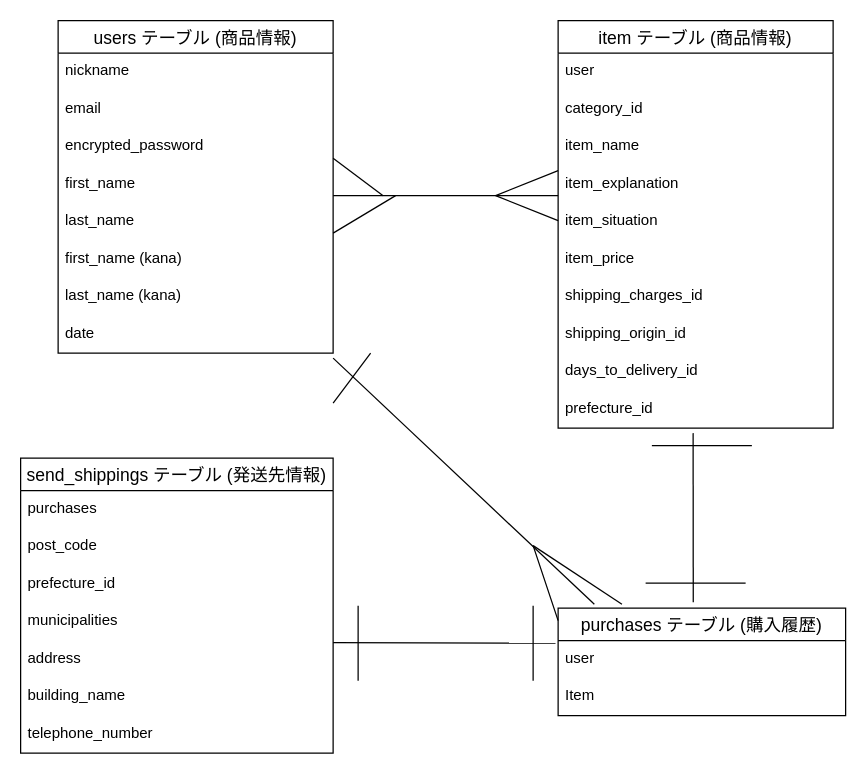
Before: page "ページ2" (2 of 2) of furima-.dio in kzm0620/furima_39225, a draw.io diagram. Source tidied: cells renumbered, new cells numbered last; positions are measured from the earlier drawing's top-left corner, leaving out a move shared by most shapes. Both pictures are drawn from the tidied source at 125%, with x=0, y=0 at pixel (20, 20).
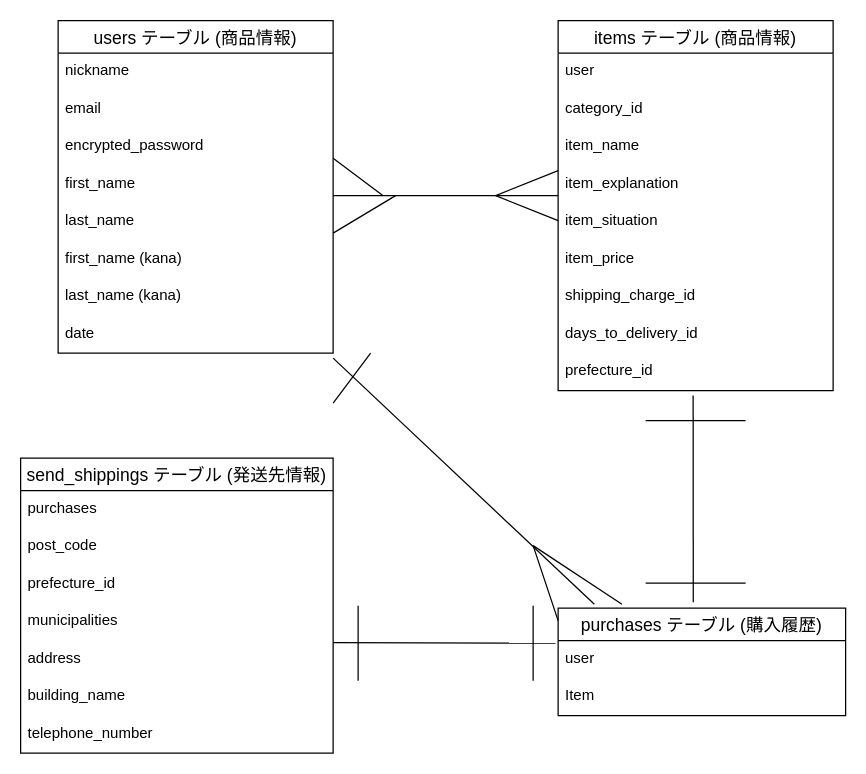
After the change.

The change refers to these unchanged cells:
```xml
<mxCell id="22" value="purchases テーブル (購入履歴)" style="swimlane;fontStyle=0;horizontal=1;startSize=26;align=center;fontSize=14;" parent="1" vertex="1">
  <mxGeometry x="430" y="470" width="230" height="86" as="geometry" />
</mxCell>
```

Diff of the diagram source:
```diff
@@
-    <mxCell id="11" value="item テーブル (商品情報)" style="swimlane;fontStyle=0;horizontal=1;startSize=26;align=center;fontSize=14;" parent="1" vertex="1">
-      <mxGeometry x="430" width="220" height="326" as="geometry" />
+    <mxCell id="11" value="items テーブル (商品情報)" style="swimlane;fontStyle=0;horizontal=1;startSize=26;align=center;fontSize=14;" parent="1" vertex="1">
+      <mxGeometry x="430" width="220" height="296" as="geometry" />
     </mxCell>
@@
-    <mxCell id="18" value="shipping_charges_id" style="text;strokeColor=none;fillColor=none;spacingLeft=4;spacingRight=4;overflow=hidden;fontSize=12;" parent="11" vertex="1">
+    <mxCell id="18" value="shipping_charge_id" style="text;strokeColor=none;fillColor=none;spacingLeft=4;spacingRight=4;overflow=hidden;fontSize=12;" parent="11" vertex="1">
       <mxGeometry y="206" width="220" height="30" as="geometry" />
     </mxCell>
-    <mxCell id="19" value="shipping_origin_id" style="text;strokeColor=none;fillColor=none;spacingLeft=4;spacingRight=4;overflow=hidden;fontSize=12;" parent="11" vertex="1">
-      <mxGeometry y="236" width="220" height="30" as="geometry" />
-    </mxCell>
     <mxCell id="20" value="days_to_delivery_id" style="text;strokeColor=none;fillColor=none;spacingLeft=4;spacingRight=4;overflow=hidden;fontSize=12;" parent="11" vertex="1">
-      <mxGeometry y="266" width="220" height="30" as="geometry" />
+      <mxGeometry y="236" width="220" height="30" as="geometry" />
     </mxCell>
     <mxCell id="21" value="prefecture_id" style="text;strokeColor=none;fillColor=none;spacingLeft=4;spacingRight=4;overflow=hidden;points=[[0,0.5],[1,0.5]];portConstraint=eastwest;fontSize=12;" parent="11" vertex="1">
-      <mxGeometry y="296" width="220" height="30" as="geometry" />
+      <mxGeometry y="266" width="220" height="30" as="geometry" />
     </mxCell>
@@
-    <mxCell id="36" style="endArrow=none;html=1;rounded=0;entryX=0.47;entryY=-0.054;entryDx=0;entryDy=0;entryPerimeter=0;" parent="1" edge="1" target="22">
-      <mxGeometry relative="1" as="geometry">
-        <mxPoint x="538" y="330" as="sourcePoint" />
-      </mxGeometry>
+    <mxCell id="36" style="endArrow=none;html=1;rounded=0;entryX=0.47;entryY=-0.054;entryDx=0;entryDy=0;entryPerimeter=0;exitX=0.491;exitY=1.133;exitDx=0;exitDy=0;exitPerimeter=0;" parent="1" edge="1" source="21" target="22">
+      <mxGeometry relative="1" as="geometry" />
     </mxCell>
     <mxCell id="37" style="endArrow=none;html=1;rounded=0;" parent="1" edge="1">
       <mxGeometry relative="1" as="geometry">
-        <mxPoint x="505" y="340" as="sourcePoint" />
-        <mxPoint x="585" y="340" as="targetPoint" />
+        <mxPoint x="500" y="320" as="sourcePoint" />
+        <mxPoint x="580" y="320" as="targetPoint" />
       </mxGeometry>
     </mxCell>
```
